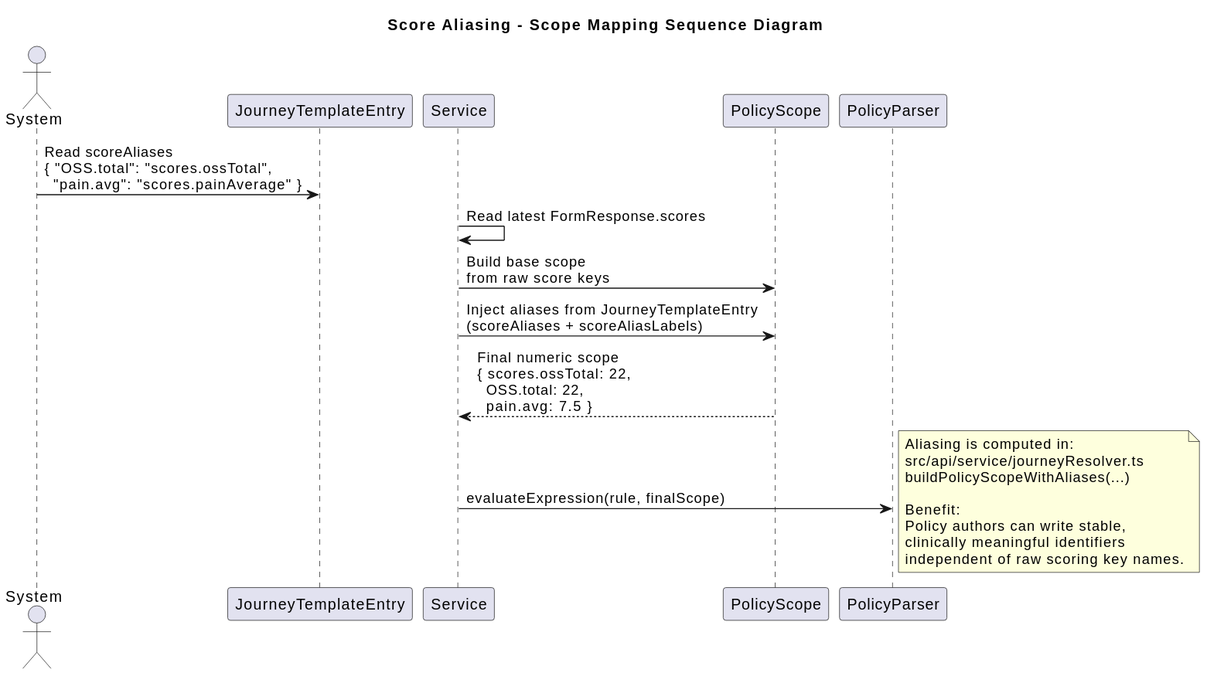
The PlantUML diagram docs/diagrams/policy-score-aliasing-flow.svg in gforge/DUK, before a commit.
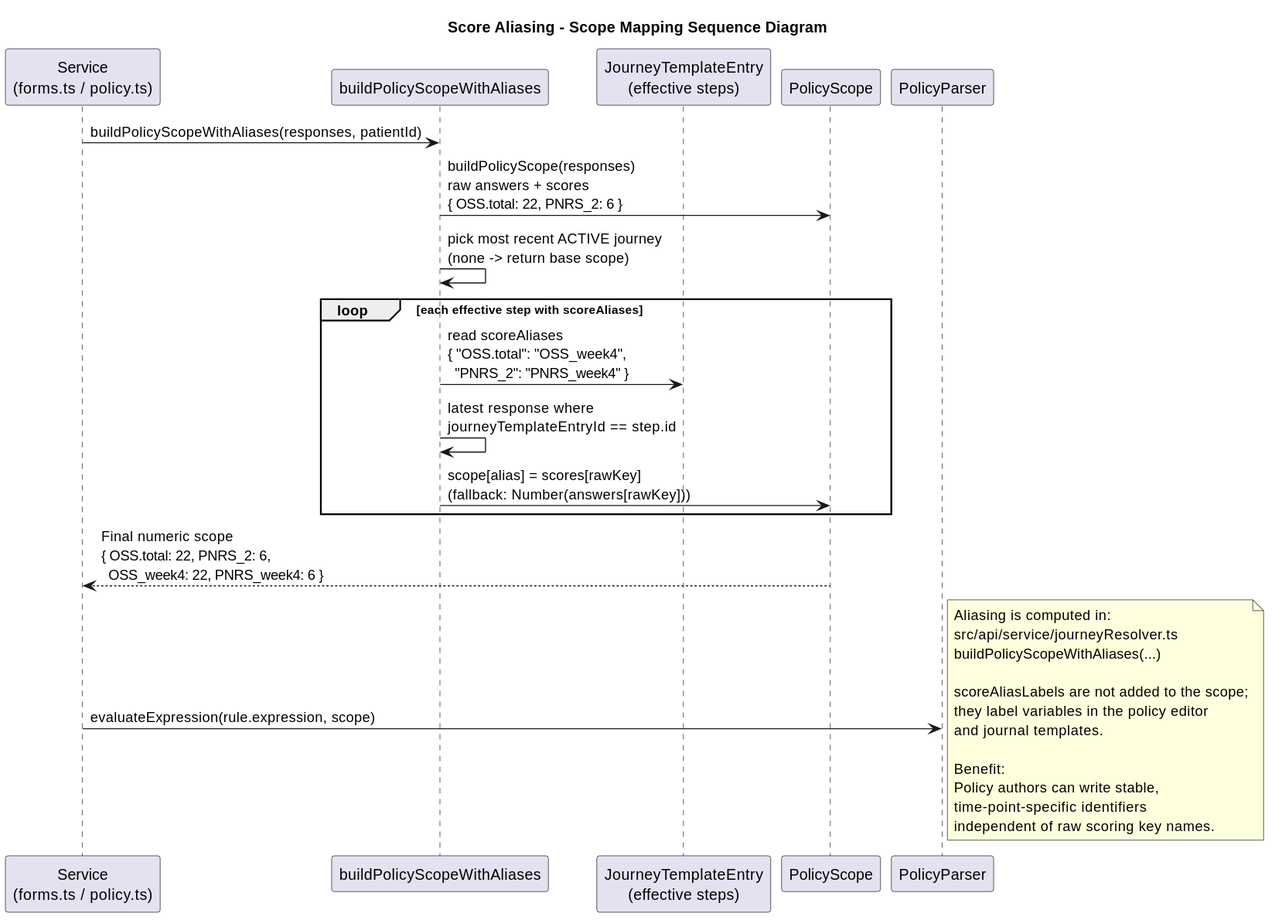
The same file after the commit.

Change to the diagram source:
```diff
@@ -2,26 +2,35 @@
 
 title Score Aliasing - Scope Mapping Sequence Diagram
 
-actor System
-participant "JourneyTemplateEntry" as Entry
-participant "Service" as Service
+participant "Service\n(forms.ts / policy.ts)" as Service
+participant "buildPolicyScopeWithAliases" as JR
+participant "JourneyTemplateEntry\n(effective steps)" as Entry
 participant "PolicyScope" as Scope
+participant "PolicyParser" as PP
 
-System -> Entry : Read scoreAliases\n{ "OSS.total": "scores.ossTotal",\n  "pain.avg": "scores.painAverage" }
-Service -> Service : Read latest FormResponse.scores
-Service -> Scope : Build base scope\nfrom raw score keys
-Service -> Scope : Inject aliases from JourneyTemplateEntry\n(scoreAliases + scoreAliasLabels)
-Scope --> Service : Final numeric scope\n{ scores.ossTotal: 22,\n  OSS.total: 22,\n  pain.avg: 7.5 }
-Service -> PolicyParser : evaluateExpression(rule, finalScope)
+Service -> JR : buildPolicyScopeWithAliases(responses, patientId)
+JR -> Scope : buildPolicyScope(responses)\nraw answers + scores\n{ OSS.total: 22, PNRS_2: 6 }
+JR -> JR : pick most recent ACTIVE journey\n(none -> return base scope)
+loop each effective step with scoreAliases
+  JR -> Entry : read scoreAliases\n{ "OSS.total": "OSS_week4",\n  "PNRS_2": "PNRS_week4" }
+  JR -> JR : latest response where\njourneyTemplateEntryId == step.id
+  JR -> Scope : scope[alias] = scores[rawKey]\n(fallback: Number(answers[rawKey]))
+end
+Scope --> Service : Final numeric scope\n{ OSS.total: 22, PNRS_2: 6,\n  OSS_week4: 22, PNRS_week4: 6 }
+Service -> PP : evaluateExpression(rule.expression, scope)
 
 note right
   Aliasing is computed in:
   src/api/service/journeyResolver.ts
   buildPolicyScopeWithAliases(...)
 
+  scoreAliasLabels are not added to the scope;
+  they label variables in the policy editor
+  and journal templates.
+
   Benefit:
   Policy authors can write stable,
-  clinically meaningful identifiers
+  time-point-specific identifiers
   independent of raw scoring key names.
 end note
 @enduml
```
